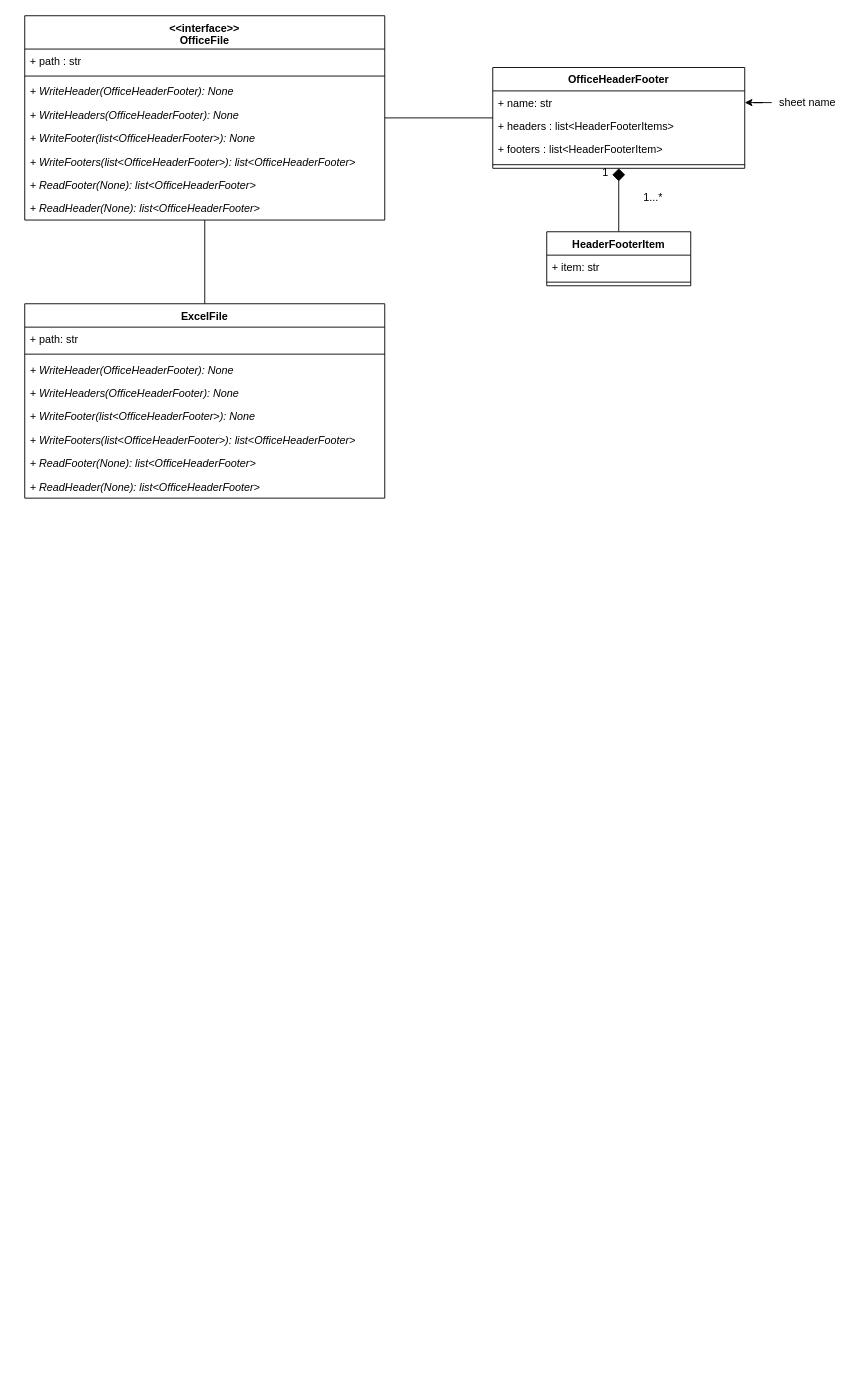
CountrySideEngineer/PythonDeOffice keeps this draw.io diagram as page "Class diagram2" (3 of 3) of doc/design/design.drawio. Above is the earlier version. Source tidied: cells renumbered, new cells numbered last; positions are measured from the earlier drawing's top-left corner, leaving out a move shared by most shapes. Both pictures are drawn from the tidied source at 90%, with x=0, y=0 at pixel (24, 15).
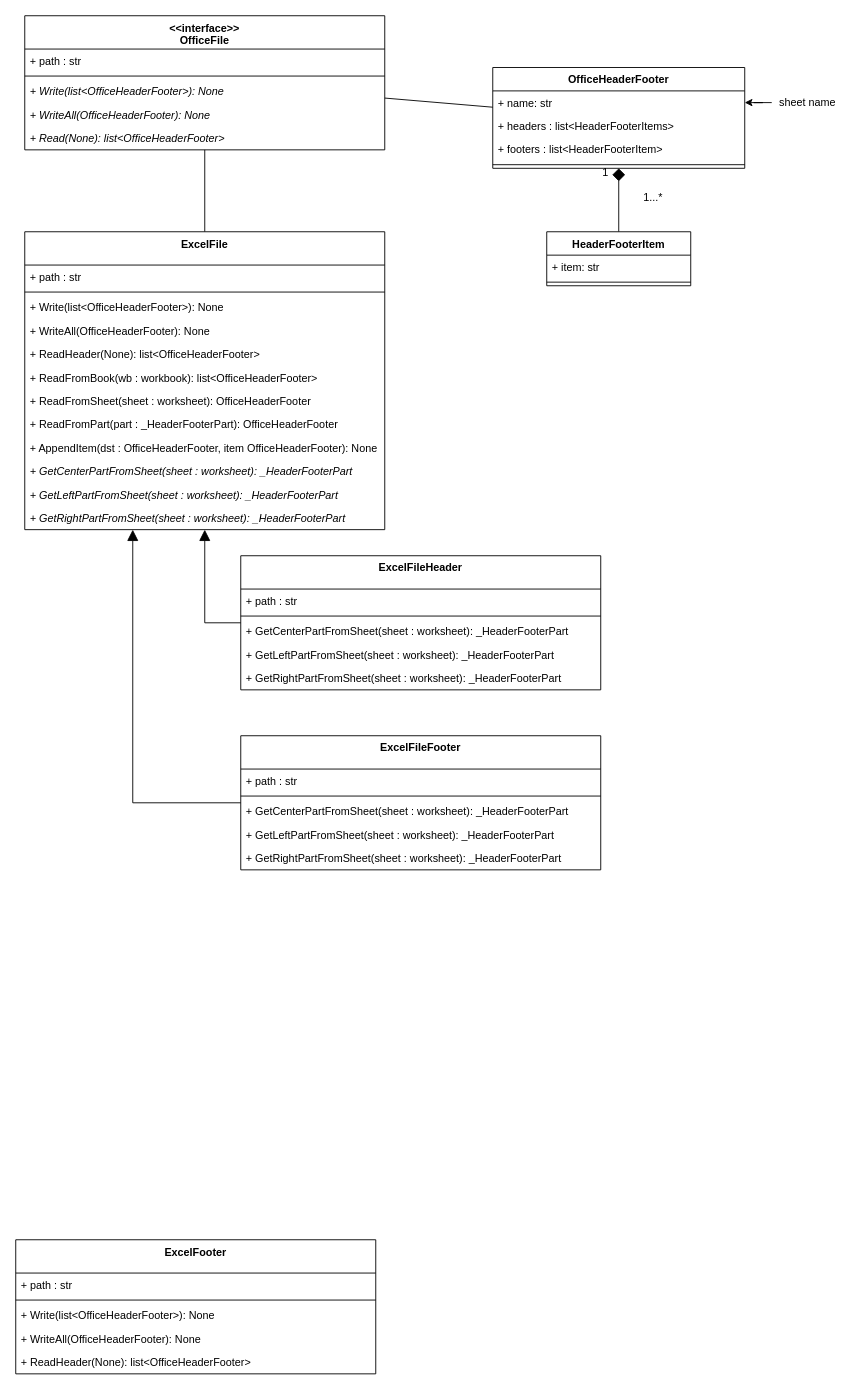
Above is the later version.

The edit, as a diff of the source:
```diff
@@
-    <mxCell id="3" value="ExcelFile" style="swimlane;fontStyle=1;align=center;verticalAlign=top;horizontal=1;startSize=26;" parent="1" vertex="1">
-      <mxGeometry y="320" width="400" height="216" as="geometry" />
-    </mxCell>
-    <mxCell id="4" value="+ path: str" style="text;strokeColor=none;fillColor=none;align=left;verticalAlign=top;spacingLeft=4;spacingRight=4;overflow=hidden;" parent="3" vertex="1">
-      <mxGeometry y="26" width="400" height="26" as="geometry" />
-    </mxCell>
-    <mxCell id="5" style="line;strokeWidth=1;fillColor=none;align=left;verticalAlign=middle;spacingTop=-1;spacingLeft=3;spacingRight=3;labelPosition=right;" parent="3" vertex="1">
-      <mxGeometry y="52" width="400" height="8" as="geometry" />
-    </mxCell>
-    <mxCell id="6" value="+ WriteHeader(OfficeHeaderFooter): None" style="text;strokeColor=none;fillColor=none;align=left;verticalAlign=top;spacingLeft=4;spacingRight=4;overflow=hidden;fontStyle=2;" parent="3" vertex="1">
-      <mxGeometry y="60" width="400" height="26" as="geometry" />
-    </mxCell>
-    <mxCell id="7" value="+ WriteHeaders(OfficeHeaderFooter): None" style="text;strokeColor=none;fillColor=none;align=left;verticalAlign=top;spacingLeft=4;spacingRight=4;overflow=hidden;fontStyle=2;" parent="3" vertex="1">
-      <mxGeometry y="86" width="400" height="26" as="geometry" />
-    </mxCell>
-    <mxCell id="8" value="+ WriteFooter(list&lt;OfficeHeaderFooter&gt;): None" style="text;strokeColor=none;fillColor=none;align=left;verticalAlign=top;spacingLeft=4;spacingRight=4;overflow=hidden;fontStyle=2;" parent="3" vertex="1">
-      <mxGeometry y="112" width="400" height="26" as="geometry" />
-    </mxCell>
-    <mxCell id="9" value="+ WriteFooters(list&lt;OfficeHeaderFooter&gt;): list&lt;OfficeHeaderFooter&gt;" style="text;strokeColor=none;fillColor=none;align=left;verticalAlign=top;spacingLeft=4;spacingRight=4;overflow=hidden;fontStyle=2;" parent="3" vertex="1">
-      <mxGeometry y="138" width="400" height="26" as="geometry" />
-    </mxCell>
-    <mxCell id="10" value="+ ReadFooter(None): list&lt;OfficeHeaderFooter&gt;" style="text;strokeColor=none;fillColor=none;align=left;verticalAlign=top;spacingLeft=4;spacingRight=4;overflow=hidden;fontStyle=2;" parent="3" vertex="1">
-      <mxGeometry y="164" width="400" height="26" as="geometry" />
-    </mxCell>
-    <mxCell id="11" value="+ ReadHeader(None): list&lt;OfficeHeaderFooter&gt;" style="text;strokeColor=none;fillColor=none;align=left;verticalAlign=top;spacingLeft=4;spacingRight=4;overflow=hidden;fontStyle=2;" parent="3" vertex="1">
-      <mxGeometry y="190" width="400" height="26" as="geometry" />
-    </mxCell>
@@
     <mxCell id="24" value="&lt;&lt;interface&gt;&gt;&#10;OfficeFile" style="swimlane;fontStyle=1;align=center;verticalAlign=top;horizontal=1;startSize=37;" parent="1" vertex="1">
-      <mxGeometry width="400" height="227" as="geometry" />
+      <mxGeometry width="400" height="149" as="geometry" />
     </mxCell>
@@
-    <mxCell id="27" value="+ WriteHeader(OfficeHeaderFooter): None" style="text;strokeColor=none;fillColor=none;align=left;verticalAlign=top;spacingLeft=4;spacingRight=4;overflow=hidden;fontStyle=2;" parent="24" vertex="1">
+    <mxCell id="27" value="+ Write(list&lt;OfficeHeaderFooter&gt;): None" style="text;strokeColor=none;fillColor=none;align=left;verticalAlign=top;spacingLeft=4;spacingRight=4;overflow=hidden;fontStyle=2;" parent="24" vertex="1">
       <mxGeometry y="71" width="400" height="26" as="geometry" />
     </mxCell>
-    <mxCell id="28" value="+ WriteHeaders(OfficeHeaderFooter): None" style="text;strokeColor=none;fillColor=none;align=left;verticalAlign=top;spacingLeft=4;spacingRight=4;overflow=hidden;fontStyle=2;" parent="24" vertex="1">
+    <mxCell id="28" value="+ WriteAll(OfficeHeaderFooter): None" style="text;strokeColor=none;fillColor=none;align=left;verticalAlign=top;spacingLeft=4;spacingRight=4;overflow=hidden;fontStyle=2;" parent="24" vertex="1">
       <mxGeometry y="97" width="400" height="26" as="geometry" />
     </mxCell>
-    <mxCell id="29" value="+ WriteFooter(list&lt;OfficeHeaderFooter&gt;): None" style="text;strokeColor=none;fillColor=none;align=left;verticalAlign=top;spacingLeft=4;spacingRight=4;overflow=hidden;fontStyle=2;" parent="24" vertex="1">
-      <mxGeometry y="123" width="400" height="26" as="geometry" />
-    </mxCell>
-    <mxCell id="30" value="+ WriteFooters(list&lt;OfficeHeaderFooter&gt;): list&lt;OfficeHeaderFooter&gt;" style="text;strokeColor=none;fillColor=none;align=left;verticalAlign=top;spacingLeft=4;spacingRight=4;overflow=hidden;fontStyle=2;" parent="24" vertex="1">
-      <mxGeometry y="149" width="400" height="26" as="geometry" />
-    </mxCell>
-    <mxCell id="31" value="+ ReadFooter(None): list&lt;OfficeHeaderFooter&gt;" style="text;strokeColor=none;fillColor=none;align=left;verticalAlign=top;spacingLeft=4;spacingRight=4;overflow=hidden;fontStyle=2;" parent="24" vertex="1">
-      <mxGeometry y="175" width="400" height="26" as="geometry" />
-    </mxCell>
-    <mxCell id="32" value="+ ReadHeader(None): list&lt;OfficeHeaderFooter&gt;" style="text;strokeColor=none;fillColor=none;align=left;verticalAlign=top;spacingLeft=4;spacingRight=4;overflow=hidden;fontStyle=2;" parent="24" vertex="1">
-      <mxGeometry y="201" width="400" height="26" as="geometry" />
+    <mxCell id="32" value="+ Read(None): list&lt;OfficeHeaderFooter&gt;" style="text;strokeColor=none;fillColor=none;align=left;verticalAlign=top;spacingLeft=4;spacingRight=4;overflow=hidden;fontStyle=2;" parent="24" vertex="1">
+      <mxGeometry y="123" width="400" height="26" as="geometry" />
     </mxCell>
@@
+    <mxCell id="3" value="ExcelFile" style="swimlane;fontStyle=1;align=center;verticalAlign=top;horizontal=1;startSize=37;" parent="1" vertex="1">
+      <mxGeometry y="240" width="400" height="331" as="geometry" />
+    </mxCell>
+    <mxCell id="35" value="+ path : str" style="text;strokeColor=none;fillColor=none;align=left;verticalAlign=top;spacingLeft=4;spacingRight=4;overflow=hidden;fontStyle=0;" parent="3" vertex="1">
+      <mxGeometry y="37" width="400" height="26" as="geometry" />
+    </mxCell>
+    <mxCell id="36" style="line;strokeWidth=1;fillColor=none;align=left;verticalAlign=middle;spacingTop=-1;spacingLeft=3;spacingRight=3;labelPosition=right;fontStyle=0;" parent="3" vertex="1">
+      <mxGeometry y="63" width="400" height="8" as="geometry" />
+    </mxCell>
+    <mxCell id="37" value="+ Write(list&lt;OfficeHeaderFooter&gt;): None" style="text;strokeColor=none;fillColor=none;align=left;verticalAlign=top;spacingLeft=4;spacingRight=4;overflow=hidden;fontStyle=0;" parent="3" vertex="1">
+      <mxGeometry y="71" width="400" height="26" as="geometry" />
+    </mxCell>
+    <mxCell id="38" value="+ WriteAll(OfficeHeaderFooter): None" style="text;strokeColor=none;fillColor=none;align=left;verticalAlign=top;spacingLeft=4;spacingRight=4;overflow=hidden;fontStyle=0;" parent="3" vertex="1">
+      <mxGeometry y="97" width="400" height="26" as="geometry" />
+    </mxCell>
+    <mxCell id="39" value="+ ReadHeader(None): list&lt;OfficeHeaderFooter&gt;" style="text;strokeColor=none;fillColor=none;align=left;verticalAlign=top;spacingLeft=4;spacingRight=4;overflow=hidden;fontStyle=0;" parent="3" vertex="1">
+      <mxGeometry y="123" width="400" height="26" as="geometry" />
+    </mxCell>
+    <mxCell id="40" value="+ ReadFromBook(wb : workbook): list&lt;OfficeHeaderFooter&gt;" style="text;strokeColor=none;fillColor=none;align=left;verticalAlign=top;spacingLeft=4;spacingRight=4;overflow=hidden;fontStyle=0;" parent="3" vertex="1">
+      <mxGeometry y="149" width="400" height="26" as="geometry" />
+    </mxCell>
+    <mxCell id="41" value="+ ReadFromSheet(sheet : worksheet): OfficeHeaderFooter" style="text;strokeColor=none;fillColor=none;align=left;verticalAlign=top;spacingLeft=4;spacingRight=4;overflow=hidden;fontStyle=0;" parent="3" vertex="1">
+      <mxGeometry y="175" width="400" height="26" as="geometry" />
+    </mxCell>
+    <mxCell id="42" value="+ ReadFromPart(part : _HeaderFooterPart): OfficeHeaderFooter" style="text;strokeColor=none;fillColor=none;align=left;verticalAlign=top;spacingLeft=4;spacingRight=4;overflow=hidden;fontStyle=0;" parent="3" vertex="1">
+      <mxGeometry y="201" width="400" height="26" as="geometry" />
+    </mxCell>
+    <mxCell id="43" value="+ AppendItem(dst : OfficeHeaderFooter, item OfficeHeaderFooter): None" style="text;strokeColor=none;fillColor=none;align=left;verticalAlign=top;spacingLeft=4;spacingRight=4;overflow=hidden;fontStyle=0;" parent="3" vertex="1">
+      <mxGeometry y="227" width="400" height="26" as="geometry" />
+    </mxCell>
+    <mxCell id="44" value="+ GetCenterPartFromSheet(sheet : worksheet): _HeaderFooterPart" style="text;strokeColor=none;fillColor=none;align=left;verticalAlign=top;spacingLeft=4;spacingRight=4;overflow=hidden;fontStyle=2;" parent="3" vertex="1">
+      <mxGeometry y="253" width="400" height="26" as="geometry" />
+    </mxCell>
+    <mxCell id="45" value="+ GetLeftPartFromSheet(sheet : worksheet): _HeaderFooterPart" style="text;strokeColor=none;fillColor=none;align=left;verticalAlign=top;spacingLeft=4;spacingRight=4;overflow=hidden;fontStyle=2;" parent="3" vertex="1">
+      <mxGeometry y="279" width="400" height="26" as="geometry" />
+    </mxCell>
+    <mxCell id="46" value="+ GetRightPartFromSheet(sheet : worksheet): _HeaderFooterPart" style="text;strokeColor=none;fillColor=none;align=left;verticalAlign=top;spacingLeft=4;spacingRight=4;overflow=hidden;fontStyle=2;" parent="3" vertex="1">
+      <mxGeometry y="305" width="400" height="26" as="geometry" />
+    </mxCell>
+    <mxCell id="47" value="ExcelFooter" style="swimlane;fontStyle=1;align=center;verticalAlign=top;horizontal=1;startSize=37;" parent="1" vertex="1">
+      <mxGeometry x="-10" y="1360" width="400" height="149" as="geometry" />
+    </mxCell>
+    <mxCell id="48" value="+ path : str" style="text;strokeColor=none;fillColor=none;align=left;verticalAlign=top;spacingLeft=4;spacingRight=4;overflow=hidden;fontStyle=0;" parent="47" vertex="1">
+      <mxGeometry y="37" width="400" height="26" as="geometry" />
+    </mxCell>
+    <mxCell id="49" style="line;strokeWidth=1;fillColor=none;align=left;verticalAlign=middle;spacingTop=-1;spacingLeft=3;spacingRight=3;labelPosition=right;fontStyle=0;" parent="47" vertex="1">
+      <mxGeometry y="63" width="400" height="8" as="geometry" />
+    </mxCell>
+    <mxCell id="50" value="+ Write(list&lt;OfficeHeaderFooter&gt;): None" style="text;strokeColor=none;fillColor=none;align=left;verticalAlign=top;spacingLeft=4;spacingRight=4;overflow=hidden;fontStyle=0;" parent="47" vertex="1">
+      <mxGeometry y="71" width="400" height="26" as="geometry" />
+    </mxCell>
+    <mxCell id="51" value="+ WriteAll(OfficeHeaderFooter): None" style="text;strokeColor=none;fillColor=none;align=left;verticalAlign=top;spacingLeft=4;spacingRight=4;overflow=hidden;fontStyle=0;" parent="47" vertex="1">
+      <mxGeometry y="97" width="400" height="26" as="geometry" />
+    </mxCell>
+    <mxCell id="52" value="+ ReadHeader(None): list&lt;OfficeHeaderFooter&gt;" style="text;strokeColor=none;fillColor=none;align=left;verticalAlign=top;spacingLeft=4;spacingRight=4;overflow=hidden;fontStyle=0;" parent="47" vertex="1">
+      <mxGeometry y="123" width="400" height="26" as="geometry" />
+    </mxCell>
+    <mxCell id="53" style="edgeStyle=orthogonalEdgeStyle;rounded=0;jettySize=auto;html=1;startSize=6;endArrow=block;endFill=1;endSize=10;" parent="1" edge="1" source="54" target="3">
+      <mxGeometry relative="1" as="geometry">
+        <Array as="points">
+          <mxPoint x="200" y="675" />
+        </Array>
+      </mxGeometry>
+    </mxCell>
+    <mxCell id="54" value="ExcelFileHeader" style="swimlane;fontStyle=1;align=center;verticalAlign=top;horizontal=1;startSize=37;" parent="1" vertex="1">
+      <mxGeometry x="240" y="600" width="400" height="149" as="geometry" />
+    </mxCell>
+    <mxCell id="55" value="+ path : str" style="text;strokeColor=none;fillColor=none;align=left;verticalAlign=top;spacingLeft=4;spacingRight=4;overflow=hidden;fontStyle=0;" parent="54" vertex="1">
+      <mxGeometry y="37" width="400" height="26" as="geometry" />
+    </mxCell>
+    <mxCell id="56" style="line;strokeWidth=1;fillColor=none;align=left;verticalAlign=middle;spacingTop=-1;spacingLeft=3;spacingRight=3;labelPosition=right;fontStyle=0;" parent="54" vertex="1">
+      <mxGeometry y="63" width="400" height="8" as="geometry" />
+    </mxCell>
+    <mxCell id="57" value="+ GetCenterPartFromSheet(sheet : worksheet): _HeaderFooterPart" style="text;strokeColor=none;fillColor=none;align=left;verticalAlign=top;spacingLeft=4;spacingRight=4;overflow=hidden;fontStyle=0;" parent="54" vertex="1">
+      <mxGeometry y="71" width="400" height="26" as="geometry" />
+    </mxCell>
+    <mxCell id="58" value="+ GetLeftPartFromSheet(sheet : worksheet): _HeaderFooterPart" style="text;strokeColor=none;fillColor=none;align=left;verticalAlign=top;spacingLeft=4;spacingRight=4;overflow=hidden;fontStyle=0;" parent="54" vertex="1">
+      <mxGeometry y="97" width="400" height="26" as="geometry" />
+    </mxCell>
+    <mxCell id="59" value="+ GetRightPartFromSheet(sheet : worksheet): _HeaderFooterPart" style="text;strokeColor=none;fillColor=none;align=left;verticalAlign=top;spacingLeft=4;spacingRight=4;overflow=hidden;fontStyle=0;" parent="54" vertex="1">
+      <mxGeometry y="123" width="400" height="26" as="geometry" />
+    </mxCell>
+    <mxCell id="60" style="edgeStyle=orthogonalEdgeStyle;rounded=0;jettySize=auto;html=1;startSize=6;endArrow=block;endFill=1;endSize=10;" parent="1" edge="1" source="61" target="3">
+      <mxGeometry relative="1" as="geometry">
+        <Array as="points">
+          <mxPoint x="120" y="875" />
+        </Array>
+      </mxGeometry>
+    </mxCell>
+    <mxCell id="61" value="ExcelFileFooter" style="swimlane;fontStyle=1;align=center;verticalAlign=top;horizontal=1;startSize=37;" parent="1" vertex="1">
+      <mxGeometry x="240" y="800" width="400" height="149" as="geometry" />
+    </mxCell>
+    <mxCell id="62" value="+ path : str" style="text;strokeColor=none;fillColor=none;align=left;verticalAlign=top;spacingLeft=4;spacingRight=4;overflow=hidden;fontStyle=0;" parent="61" vertex="1">
+      <mxGeometry y="37" width="400" height="26" as="geometry" />
+    </mxCell>
+    <mxCell id="63" style="line;strokeWidth=1;fillColor=none;align=left;verticalAlign=middle;spacingTop=-1;spacingLeft=3;spacingRight=3;labelPosition=right;fontStyle=0;" parent="61" vertex="1">
+      <mxGeometry y="63" width="400" height="8" as="geometry" />
+    </mxCell>
+    <mxCell id="64" value="+ GetCenterPartFromSheet(sheet : worksheet): _HeaderFooterPart" style="text;strokeColor=none;fillColor=none;align=left;verticalAlign=top;spacingLeft=4;spacingRight=4;overflow=hidden;fontStyle=0;" parent="61" vertex="1">
+      <mxGeometry y="71" width="400" height="26" as="geometry" />
+    </mxCell>
+    <mxCell id="65" value="+ GetLeftPartFromSheet(sheet : worksheet): _HeaderFooterPart" style="text;strokeColor=none;fillColor=none;align=left;verticalAlign=top;spacingLeft=4;spacingRight=4;overflow=hidden;fontStyle=0;" parent="61" vertex="1">
+      <mxGeometry y="97" width="400" height="26" as="geometry" />
+    </mxCell>
+    <mxCell id="66" value="+ GetRightPartFromSheet(sheet : worksheet): _HeaderFooterPart" style="text;strokeColor=none;fillColor=none;align=left;verticalAlign=top;spacingLeft=4;spacingRight=4;overflow=hidden;fontStyle=0;" parent="61" vertex="1">
+      <mxGeometry y="123" width="400" height="26" as="geometry" />
+    </mxCell>
```
